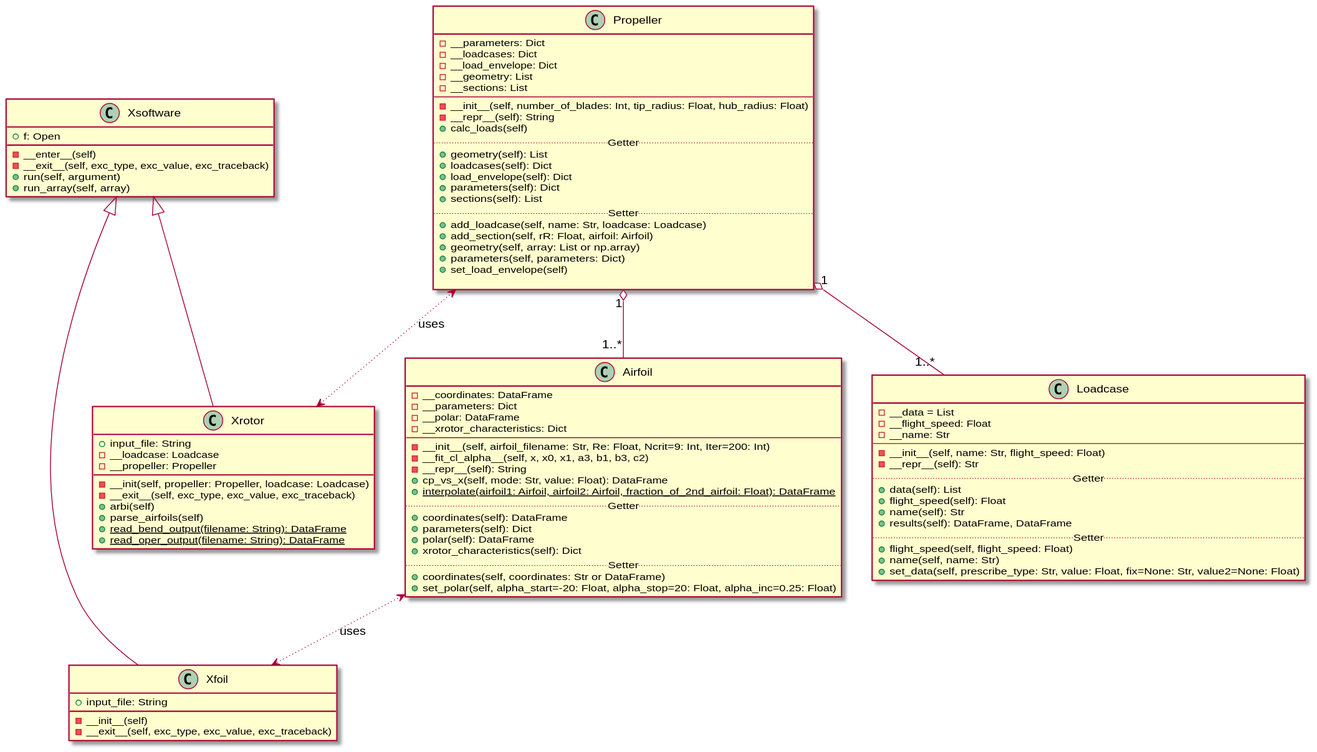
lukitox/master-thesis keeps this PlantUML diagram as docs/images/uml/classdiagram.svg. Above is the earlier version.
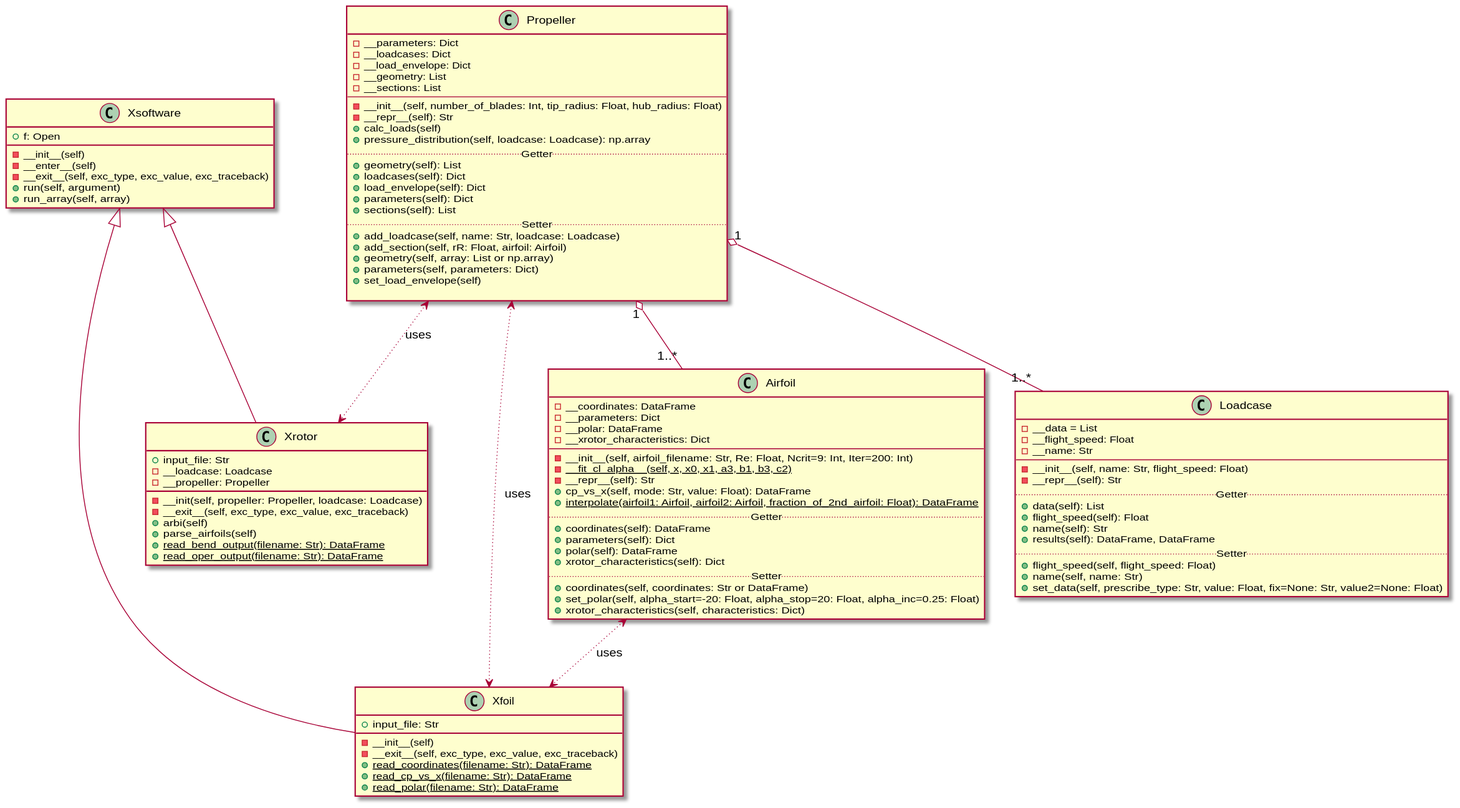
Above is the later version.

Diff of the diagram source:
```diff
@@ -4,6 +4,7 @@
 Xsoftware <|-- Xrotor
 Airfoil <-[dotted]-> Xfoil : uses
 Propeller <-[dotted]-> Xrotor: uses
+Propeller <-[dotted]-> Xfoil: uses
 Propeller "1" o-- "1..*" Airfoil
 Propeller "1" o-- "1..*" Loadcase
 
@@ -12,6 +13,7 @@
 
 class Xsoftware {
   +f: Open
+  -__init__(self)
   -__enter__(self)
   -__exit__(self, exc_type, exc_value, exc_traceback)
   +run(self, argument)
@@ -19,21 +21,24 @@
 }
 
 class Xfoil {
-  +input_file: String
+  +input_file: Str
   -__init__(self)
   -__exit__(self, exc_type, exc_value, exc_traceback)
+  +{static}read_coordinates(filename: Str): DataFrame
+  +{static}read_cp_vs_x(filename: Str): DataFrame
+  +{static}read_polar(filename: Str): DataFrame
 }
 
 class Xrotor {
-  +input_file: String
+  +input_file: Str
   -__loadcase: Loadcase
   -__propeller: Propeller
   -__init(self, propeller: Propeller, loadcase: Loadcase)
   -__exit__(self, exc_type, exc_value, exc_traceback)
   +arbi(self)
   +parse_airfoils(self)
-  +{static}read_bend_output(filename: String): DataFrame
-  +{static}read_oper_output(filename: String): DataFrame
+  +{static}read_bend_output(filename: Str): DataFrame
+  +{static}read_oper_output(filename: Str): DataFrame
 }
 
 class Airfoil{
@@ -43,8 +48,8 @@
   -__xrotor_characteristics: Dict
   --
   -__init__(self, airfoil_filename: Str, Re: Float, Ncrit=9: Int, Iter=200: Int)
-  -__fit_cl_alpha__(self, x, x0, x1, a3, b1, b3, c2)
-  -__repr__(self): String
+  -{static}__fit_cl_alpha__(self, x, x0, x1, a3, b1, b3, c2)
+  -__repr__(self): Str
   +cp_vs_x(self, mode: Str, value: Float): DataFrame
   +{static}interpolate(airfoil1: Airfoil, airfoil2: Airfoil, fraction_of_2nd_airfoil: Float): DataFrame
   ..Getter..
@@ -55,6 +60,7 @@
   ..Setter..
   +coordinates(self, coordinates: Str or DataFrame)
   +set_polar(self, alpha_start=-20: Float, alpha_stop=20: Float, alpha_inc=0.25: Float)
+  +xrotor_characteristics(self, characteristics: Dict)
 }
 
 class Propeller{
@@ -65,8 +71,9 @@
   -__sections: List
   --
   -__init__(self, number_of_blades: Int, tip_radius: Float, hub_radius: Float)
-  -__repr__(self): String
+  -__repr__(self): Str
   +calc_loads(self)
+  +pressure_distribution(self, loadcase: Loadcase): np.array
   ..Getter..
   +geometry(self): List
   +loadcases(self): Dict
```
